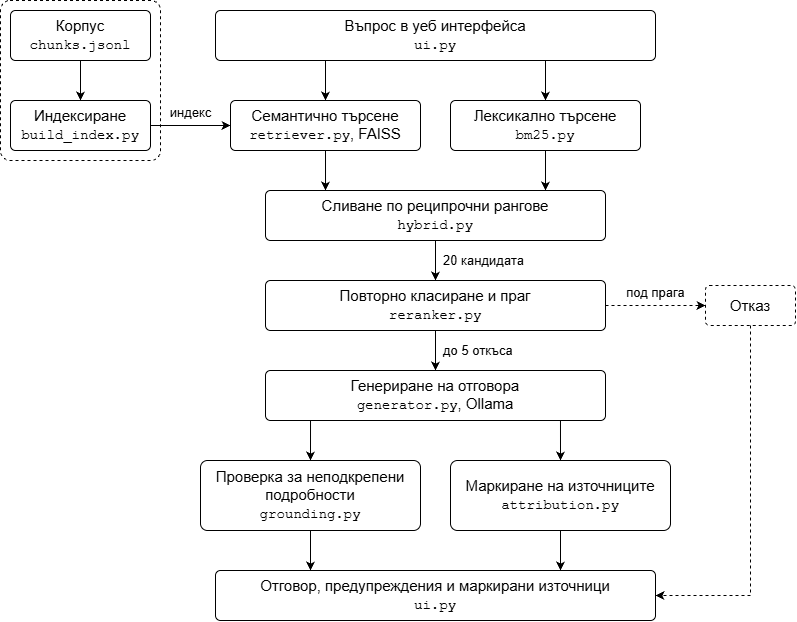
Above: docs/figures/medguiderag-diagram.png in ccvetanska/MedGuideRag (draw.io), before the change. Source tidied: cells renumbered, new cells last; positions are measured from the earlier drawing's top-left corner, leaving out a move shared by most shapes.
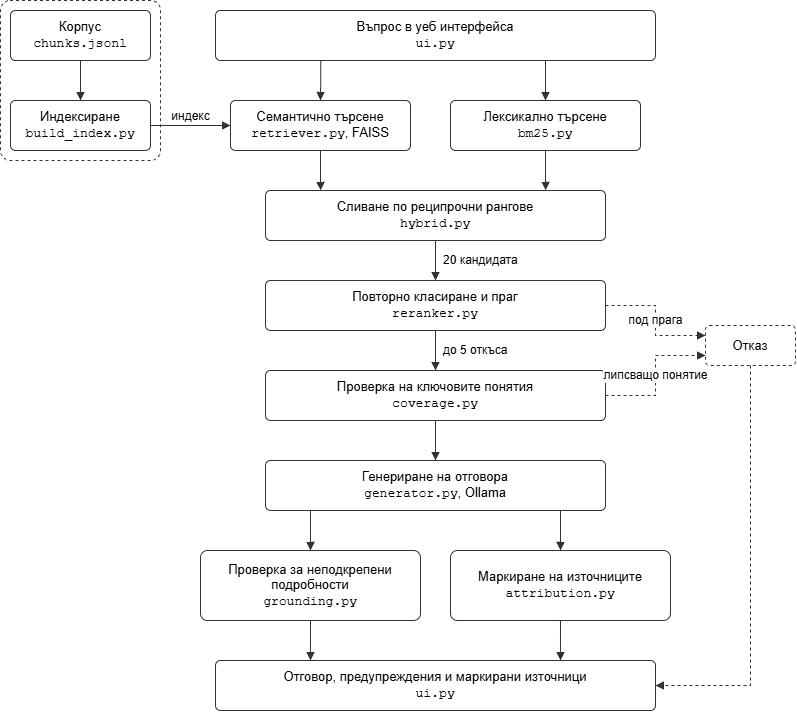
Later version of the same file.

Commit message:
write the text for the evaluation; update the diagram with the correct added step

The edit, as a diff of the source:
```diff
@@ -1,87 +1,96 @@
-<mxGraphModel>
+<mxGraphModel background="#ffffff">
   <root>
     <mxCell id="0" />
     <mxCell id="1" parent="0" />
-    <mxCell id="2" style="rounded=1;arcSize=6;dashed=1;fillColor=none;html=1;verticalLabelPosition=top;verticalAlign=bottom;labelPosition=center;align=center;fontSize=13;spacingBottom=2;" parent="1" vertex="1">
-      <mxGeometry width="160" height="160" as="geometry" />
-    </mxCell>
+    <mxCell id="29" style="rounded=1;whiteSpace=wrap;html=1;dashed=1;fillColor=none;strokeColor=#333333;arcSize=6;" parent="1" vertex="1">
+      <mxGeometry x="-20" y="-40" width="160" height="160" as="geometry" />
+    </mxCell>
-    <mxCell id="3" value="Корпус&lt;br&gt;&lt;font face=&quot;Courier New&quot; style=&quot;font-size: 14px;&quot;&gt;chunks.jsonl&lt;/font&gt;" style="rounded=1;arcSize=10;whiteSpace=wrap;html=1;fontSize=15;" parent="2" vertex="1">
-      <mxGeometry x="10" y="10" width="140" height="50" as="geometry" />
+    <mxCell id="3" value="Корпус&lt;br&gt;&lt;font face=&quot;Courier New&quot;&gt;chunks.jsonl&lt;/font&gt;" style="rounded=1;whiteSpace=wrap;html=1;fillColor=#ffffff;strokeColor=#333333;fontSize=13;arcSize=10;" parent="1" vertex="1">
+      <mxGeometry x="-10" y="-30" width="140" height="50" as="geometry" />
     </mxCell>
-    <mxCell id="4" value="Индексиране&lt;br&gt;&lt;font face=&quot;Courier New&quot; style=&quot;font-size: 14px;&quot;&gt;build_index.py&lt;/font&gt;" style="rounded=1;arcSize=10;whiteSpace=wrap;html=1;fontSize=15;" parent="2" vertex="1">
-      <mxGeometry x="10" y="100" width="140" height="50" as="geometry" />
+    <mxCell id="4" value="Индексиране&lt;br&gt;&lt;font face=&quot;Courier New&quot;&gt;build_index.py&lt;/font&gt;" style="rounded=1;whiteSpace=wrap;html=1;fillColor=#ffffff;strokeColor=#333333;fontSize=13;arcSize=10;" parent="1" vertex="1">
+      <mxGeometry x="-10" y="60" width="140" height="50" as="geometry" />
     </mxCell>
-    <mxCell id="5" style="edgeStyle=orthogonalEdgeStyle;rounded=0;html=1;endArrow=classic;exitX=0.5;exitY=1;exitDx=0;exitDy=0;entryX=0.5;entryY=0;entryDx=0;entryDy=0;" parent="2" edge="1" source="3" target="4">
-      <mxGeometry relative="1" as="geometry" />
-    </mxCell>
-    <mxCell id="6" value="Въпрос в уеб интерфейса&lt;br&gt;&lt;font face=&quot;Courier New&quot; style=&quot;font-size: 14px;&quot;&gt;ui.py&lt;/font&gt;" style="rounded=1;arcSize=10;whiteSpace=wrap;html=1;fontSize=15;" parent="1" vertex="1">
-      <mxGeometry x="215" y="10" width="440" height="50" as="geometry" />
+    <mxCell id="6" value="Въпрос в уеб интерфейса&lt;br&gt;&lt;font face=&quot;Courier New&quot;&gt;ui.py&lt;/font&gt;" style="rounded=1;whiteSpace=wrap;html=1;fillColor=#ffffff;strokeColor=#333333;fontSize=13;arcSize=10;" parent="1" vertex="1">
+      <mxGeometry x="195" y="-30" width="440" height="50" as="geometry" />
     </mxCell>
-    <mxCell id="7" value="Семантично търсене&lt;br&gt;&lt;font face=&quot;Courier New&quot; style=&quot;font-size: 14px;&quot;&gt;retriever.py&lt;/font&gt;, FAISS" style="rounded=1;arcSize=10;whiteSpace=wrap;html=1;fontSize=15;" parent="1" vertex="1">
-      <mxGeometry x="230" y="100" width="190" height="50" as="geometry" />
+    <mxCell id="7" value="Семантично търсене&lt;br&gt;&lt;font face=&quot;Courier New&quot;&gt;retriever.py&lt;/font&gt;, FAISS" style="rounded=1;whiteSpace=wrap;html=1;fillColor=#ffffff;strokeColor=#333333;fontSize=13;arcSize=10;" parent="1" vertex="1">
+      <mxGeometry x="210" y="60" width="180" height="50" as="geometry" />
     </mxCell>
-    <mxCell id="8" value="Лексикално търсене&lt;br&gt;&lt;font face=&quot;Courier New&quot; style=&quot;font-size: 14px;&quot;&gt;bm25.py&lt;/font&gt;" style="rounded=1;arcSize=10;whiteSpace=wrap;html=1;fontSize=15;" parent="1" vertex="1">
-      <mxGeometry x="450" y="100" width="190" height="50" as="geometry" />
+    <mxCell id="8" value="Лексикално търсене&lt;br&gt;&lt;font face=&quot;Courier New&quot;&gt;bm25.py&lt;/font&gt;" style="rounded=1;whiteSpace=wrap;html=1;fillColor=#ffffff;strokeColor=#333333;fontSize=13;arcSize=10;" parent="1" vertex="1">
+      <mxGeometry x="430" y="60" width="190" height="50" as="geometry" />
     </mxCell>
-    <mxCell id="9" value="Сливане по реципрочни рангове&lt;br&gt;&lt;font face=&quot;Courier New&quot; style=&quot;font-size: 14px;&quot;&gt;hybrid.py&lt;/font&gt;" style="rounded=1;arcSize=10;whiteSpace=wrap;html=1;fontSize=15;" parent="1" vertex="1">
-      <mxGeometry x="265" y="190" width="340" height="50" as="geometry" />
+    <mxCell id="9" value="Сливане по реципрочни рангове&lt;br&gt;&lt;font face=&quot;Courier New&quot;&gt;hybrid.py&lt;/font&gt;" style="rounded=1;whiteSpace=wrap;html=1;fillColor=#ffffff;strokeColor=#333333;fontSize=13;arcSize=10;" parent="1" vertex="1">
+      <mxGeometry x="245" y="150" width="340" height="50" as="geometry" />
     </mxCell>
-    <mxCell id="10" value="Повторно класиране и праг&lt;br&gt;&lt;font face=&quot;Courier New&quot; style=&quot;font-size: 14px;&quot;&gt;reranker.py&lt;/font&gt;" style="rounded=1;arcSize=10;whiteSpace=wrap;html=1;fontSize=15;" parent="1" vertex="1">
-      <mxGeometry x="265" y="280" width="340" height="50" as="geometry" />
+    <mxCell id="10" value="Повторно класиране и праг&lt;br&gt;&lt;font face=&quot;Courier New&quot;&gt;reranker.py&lt;/font&gt;" style="rounded=1;whiteSpace=wrap;html=1;fillColor=#ffffff;strokeColor=#333333;fontSize=13;arcSize=10;" parent="1" vertex="1">
+      <mxGeometry x="245" y="240" width="340" height="50" as="geometry" />
     </mxCell>
-    <mxCell id="11" value="Отказ" style="rounded=1;arcSize=10;whiteSpace=wrap;html=1;fontSize=15;dashed=1;" parent="1" vertex="1">
-      <mxGeometry x="705" y="285" width="90" height="40" as="geometry" />
-    </mxCell>
+    <mxCell id="30" value="Проверка на ключовите понятия&lt;br&gt;&lt;font face=&quot;Courier New&quot;&gt;coverage.py&lt;/font&gt;" style="rounded=1;whiteSpace=wrap;html=1;fillColor=#ffffff;strokeColor=#333333;fontSize=13;arcSize=10;" parent="1" vertex="1">
+      <mxGeometry x="245" y="330" width="340" height="50" as="geometry" />
+    </mxCell>
-    <mxCell id="12" value="Генериране на отговора&lt;br&gt;&lt;font face=&quot;Courier New&quot; style=&quot;font-size: 14px;&quot;&gt;generator.py&lt;/font&gt;, Ollama" style="rounded=1;arcSize=10;whiteSpace=wrap;html=1;fontSize=15;" parent="1" vertex="1">
-      <mxGeometry x="265" y="370" width="340" height="50" as="geometry" />
+    <mxCell id="12" value="Генериране на отговора&lt;br&gt;&lt;font face=&quot;Courier New&quot;&gt;generator.py&lt;/font&gt;, Ollama" style="rounded=1;whiteSpace=wrap;html=1;fillColor=#ffffff;strokeColor=#333333;fontSize=13;arcSize=10;" parent="1" vertex="1">
+      <mxGeometry x="245" y="420" width="340" height="50" as="geometry" />
     </mxCell>
-    <mxCell id="13" value="Проверка за неподкрепени подробности&lt;br&gt;&lt;font face=&quot;Courier New&quot; style=&quot;font-size: 14px;&quot;&gt;grounding.py&lt;/font&gt;" style="rounded=1;arcSize=10;whiteSpace=wrap;html=1;fontSize=15;" parent="1" vertex="1">
-      <mxGeometry x="200" y="460" width="220" height="70" as="geometry" />
+    <mxCell id="13" value="Проверка за неподкрепени подробности&lt;br&gt;&lt;font face=&quot;Courier New&quot;&gt;grounding.py&lt;/font&gt;" style="rounded=1;whiteSpace=wrap;html=1;fillColor=#ffffff;strokeColor=#333333;fontSize=13;arcSize=10;" parent="1" vertex="1">
+      <mxGeometry x="180" y="510" width="220" height="70" as="geometry" />
     </mxCell>
-    <mxCell id="14" value="Маркиране на източниците&lt;br&gt;&lt;font face=&quot;Courier New&quot; style=&quot;font-size: 14px;&quot;&gt;attribution.py&lt;/font&gt;" style="rounded=1;arcSize=10;whiteSpace=wrap;html=1;fontSize=15;" parent="1" vertex="1">
-      <mxGeometry x="450" y="460" width="220" height="70" as="geometry" />
+    <mxCell id="14" value="Маркиране на източниците&lt;br&gt;&lt;font face=&quot;Courier New&quot;&gt;attribution.py&lt;/font&gt;" style="rounded=1;whiteSpace=wrap;html=1;fillColor=#ffffff;strokeColor=#333333;fontSize=13;arcSize=10;" parent="1" vertex="1">
+      <mxGeometry x="430" y="510" width="220" height="70" as="geometry" />
     </mxCell>
-    <mxCell id="15" value="Отговор, предупреждения и маркирани източници&lt;br&gt;&lt;font face=&quot;Courier New&quot; style=&quot;font-size: 14px;&quot;&gt;ui.py&lt;/font&gt;" style="rounded=1;arcSize=10;whiteSpace=wrap;html=1;fontSize=15;" parent="1" vertex="1">
-      <mxGeometry x="215" y="570" width="440" height="50" as="geometry" />
+    <mxCell id="15" value="Отговор, предупреждения и маркирани източници&lt;br&gt;&lt;font face=&quot;Courier New&quot;&gt;ui.py&lt;/font&gt;" style="rounded=1;whiteSpace=wrap;html=1;fillColor=#ffffff;strokeColor=#333333;fontSize=13;arcSize=10;" parent="1" vertex="1">
+      <mxGeometry x="195" y="620" width="440" height="50" as="geometry" />
     </mxCell>
+    <mxCell id="11" value="Отказ" style="rounded=1;whiteSpace=wrap;html=1;dashed=1;fillColor=#ffffff;strokeColor=#333333;fontSize=13;arcSize=10;" parent="1" vertex="1">
+      <mxGeometry x="685" y="285" width="90" height="40" as="geometry" />
+    </mxCell>
+    <mxCell id="5" style="edgeStyle=orthogonalEdgeStyle;rounded=0;html=1;endArrow=block;endFill=1;strokeColor=#333333;" parent="1" edge="1" source="3" target="4">
+      <mxGeometry relative="1" as="geometry" />
+    </mxCell>
-    <mxCell id="16" value="индекс" style="edgeStyle=orthogonalEdgeStyle;rounded=0;html=1;endArrow=classic;exitX=1;exitY=0.5;exitDx=0;exitDy=0;entryX=0;entryY=0.5;entryDx=0;entryDy=0;fontSize=13;verticalAlign=bottom;spacingBottom=2;labelBackgroundColor=none;" parent="1" edge="1" source="4" target="7">
+    <mxCell id="16" value="индекс" style="edgeStyle=orthogonalEdgeStyle;rounded=0;html=1;endArrow=block;endFill=1;strokeColor=#333333;labelBackgroundColor=#ffffff;fontSize=12;verticalAlign=bottom;" parent="1" edge="1" source="4" target="7">
       <mxGeometry relative="1" as="geometry" />
     </mxCell>
-    <mxCell id="17" style="edgeStyle=orthogonalEdgeStyle;rounded=0;html=1;endArrow=classic;exitX=0.25;exitY=1;exitDx=0;exitDy=0;entryX=0.5;entryY=0;entryDx=0;entryDy=0;" parent="1" edge="1" source="6" target="7">
+    <mxCell id="17" style="edgeStyle=orthogonalEdgeStyle;rounded=0;html=1;endArrow=block;endFill=1;strokeColor=#333333;exitX=0.239;exitY=1;entryX=0.5;entryY=0;" parent="1" edge="1" source="6" target="7">
       <mxGeometry relative="1" as="geometry" />
     </mxCell>
-    <mxCell id="18" style="edgeStyle=orthogonalEdgeStyle;rounded=0;html=1;endArrow=classic;exitX=0.75;exitY=1;exitDx=0;exitDy=0;entryX=0.5;entryY=0;entryDx=0;entryDy=0;" parent="1" edge="1" source="6" target="8">
+    <mxCell id="18" style="edgeStyle=orthogonalEdgeStyle;rounded=0;html=1;endArrow=block;endFill=1;strokeColor=#333333;exitX=0.75;exitY=1;entryX=0.5;entryY=0;" parent="1" edge="1" source="6" target="8">
       <mxGeometry relative="1" as="geometry" />
     </mxCell>
-    <mxCell id="19" style="edgeStyle=orthogonalEdgeStyle;rounded=0;html=1;endArrow=classic;exitX=0.5;exitY=1;exitDx=0;exitDy=0;entryX=0.1765;entryY=0;entryDx=0;entryDy=0;" parent="1" edge="1" source="7" target="9">
+    <mxCell id="19" style="edgeStyle=orthogonalEdgeStyle;rounded=0;html=1;endArrow=block;endFill=1;strokeColor=#333333;exitX=0.5;exitY=1;entryX=0.162;entryY=0;" parent="1" edge="1" source="7" target="9">
       <mxGeometry relative="1" as="geometry" />
     </mxCell>
-    <mxCell id="20" style="edgeStyle=orthogonalEdgeStyle;rounded=0;html=1;endArrow=classic;exitX=0.5;exitY=1;exitDx=0;exitDy=0;entryX=0.8235;entryY=0;entryDx=0;entryDy=0;" parent="1" edge="1" source="8" target="9">
+    <mxCell id="20" style="edgeStyle=orthogonalEdgeStyle;rounded=0;html=1;endArrow=block;endFill=1;strokeColor=#333333;exitX=0.5;exitY=1;entryX=0.824;entryY=0;" parent="1" edge="1" source="8" target="9">
       <mxGeometry relative="1" as="geometry" />
     </mxCell>
-    <mxCell id="21" value="20 кандидата" style="edgeStyle=orthogonalEdgeStyle;rounded=0;html=1;endArrow=classic;exitX=0.5;exitY=1;exitDx=0;exitDy=0;entryX=0.5;entryY=0;entryDx=0;entryDy=0;fontSize=13;align=left;spacingLeft=6;labelBackgroundColor=none;" parent="1" edge="1" source="9" target="10">
+    <mxCell id="21" value="20 кандидата" style="edgeStyle=orthogonalEdgeStyle;rounded=0;html=1;endArrow=block;endFill=1;strokeColor=#333333;labelBackgroundColor=#ffffff;fontSize=12;align=left;spacingLeft=6;" parent="1" edge="1" source="9" target="10">
       <mxGeometry relative="1" as="geometry" />
     </mxCell>
-    <mxCell id="22" value="до 5 откъса" style="edgeStyle=orthogonalEdgeStyle;rounded=0;html=1;endArrow=classic;exitX=0.5;exitY=1;exitDx=0;exitDy=0;entryX=0.5;entryY=0;entryDx=0;entryDy=0;fontSize=13;align=left;spacingLeft=6;labelBackgroundColor=none;" parent="1" edge="1" source="10" target="12">
+    <mxCell id="22" value="до 5 откъса" style="edgeStyle=orthogonalEdgeStyle;rounded=0;html=1;endArrow=block;endFill=1;strokeColor=#333333;labelBackgroundColor=#ffffff;fontSize=12;align=left;spacingLeft=6;" parent="1" edge="1" source="10" target="30">
       <mxGeometry relative="1" as="geometry" />
     </mxCell>
-    <mxCell id="23" value="под прага" style="edgeStyle=orthogonalEdgeStyle;rounded=0;html=1;endArrow=classic;dashed=1;exitX=1;exitY=0.5;exitDx=0;exitDy=0;entryX=0;entryY=0.5;entryDx=0;entryDy=0;fontSize=13;verticalAlign=bottom;spacingBottom=2;labelBackgroundColor=none;" parent="1" edge="1" source="10" target="11">
-      <mxGeometry relative="1" as="geometry" />
-    </mxCell>
-    <mxCell id="24" style="edgeStyle=orthogonalEdgeStyle;rounded=0;html=1;endArrow=classic;dashed=1;exitX=0.5;exitY=1;exitDx=0;exitDy=0;entryX=1;entryY=0.5;entryDx=0;entryDy=0;" parent="1" edge="1" source="11" target="15">
-      <mxGeometry relative="1" as="geometry" />
-    </mxCell>
+    <mxCell id="31" style="edgeStyle=orthogonalEdgeStyle;rounded=0;html=1;endArrow=block;endFill=1;strokeColor=#333333;" parent="1" edge="1" source="30" target="12">
+      <mxGeometry relative="1" as="geometry" />
+    </mxCell>
-    <mxCell id="25" style="edgeStyle=orthogonalEdgeStyle;rounded=0;html=1;endArrow=classic;exitX=0.1324;exitY=1;exitDx=0;exitDy=0;entryX=0.5;entryY=0;entryDx=0;entryDy=0;" parent="1" edge="1" source="12" target="13">
+    <mxCell id="25" style="edgeStyle=orthogonalEdgeStyle;rounded=0;html=1;endArrow=block;endFill=1;strokeColor=#333333;exitX=0.132;exitY=1;entryX=0.5;entryY=0;" parent="1" edge="1" source="12" target="13">
       <mxGeometry relative="1" as="geometry" />
     </mxCell>
-    <mxCell id="26" style="edgeStyle=orthogonalEdgeStyle;rounded=0;html=1;endArrow=classic;exitX=0.8676;exitY=1;exitDx=0;exitDy=0;entryX=0.5;entryY=0;entryDx=0;entryDy=0;" parent="1" edge="1" source="12" target="14">
+    <mxCell id="26" style="edgeStyle=orthogonalEdgeStyle;rounded=0;html=1;endArrow=block;endFill=1;strokeColor=#333333;exitX=0.868;exitY=1;entryX=0.5;entryY=0;" parent="1" edge="1" source="12" target="14">
       <mxGeometry relative="1" as="geometry" />
     </mxCell>
-    <mxCell id="27" style="edgeStyle=orthogonalEdgeStyle;rounded=0;html=1;endArrow=classic;exitX=0.5;exitY=1;exitDx=0;exitDy=0;entryX=0.2159;entryY=0;entryDx=0;entryDy=0;" parent="1" edge="1" source="13" target="15">
+    <mxCell id="27" style="edgeStyle=orthogonalEdgeStyle;rounded=0;html=1;endArrow=block;endFill=1;strokeColor=#333333;exitX=0.5;exitY=1;entryX=0.216;entryY=0;" parent="1" edge="1" source="13" target="15">
       <mxGeometry relative="1" as="geometry" />
     </mxCell>
-    <mxCell id="28" style="edgeStyle=orthogonalEdgeStyle;rounded=0;html=1;endArrow=classic;exitX=0.5;exitY=1;exitDx=0;exitDy=0;entryX=0.7841;entryY=0;entryDx=0;entryDy=0;" parent="1" edge="1" source="14" target="15">
+    <mxCell id="28" style="edgeStyle=orthogonalEdgeStyle;rounded=0;html=1;endArrow=block;endFill=1;strokeColor=#333333;exitX=0.5;exitY=1;entryX=0.784;entryY=0;" parent="1" edge="1" source="14" target="15">
       <mxGeometry relative="1" as="geometry" />
     </mxCell>
+    <mxCell id="23" value="под прага" style="edgeStyle=orthogonalEdgeStyle;rounded=0;html=1;endArrow=block;endFill=1;dashed=1;strokeColor=#333333;labelBackgroundColor=#ffffff;fontSize=12;exitX=1;exitY=0.5;entryX=0;entryY=0.25;" parent="1" edge="1" source="10" target="11">
+      <mxGeometry relative="1" as="geometry" />
+    </mxCell>
+    <mxCell id="32" value="липсващо понятие" style="edgeStyle=orthogonalEdgeStyle;rounded=0;html=1;endArrow=block;endFill=1;dashed=1;strokeColor=#333333;labelBackgroundColor=#ffffff;fontSize=12;exitX=1;exitY=0.5;entryX=0;entryY=0.75;" parent="1" edge="1" source="30" target="11">
+      <mxGeometry relative="1" as="geometry" />
+    </mxCell>
+    <mxCell id="24" style="edgeStyle=orthogonalEdgeStyle;rounded=0;html=1;endArrow=block;endFill=1;dashed=1;strokeColor=#333333;exitX=0.5;exitY=1;entryX=1;entryY=0.5;" parent="1" edge="1" source="11" target="15">
+      <mxGeometry relative="1" as="geometry" />
+    </mxCell>
   </root>
 </mxGraphModel>
```
